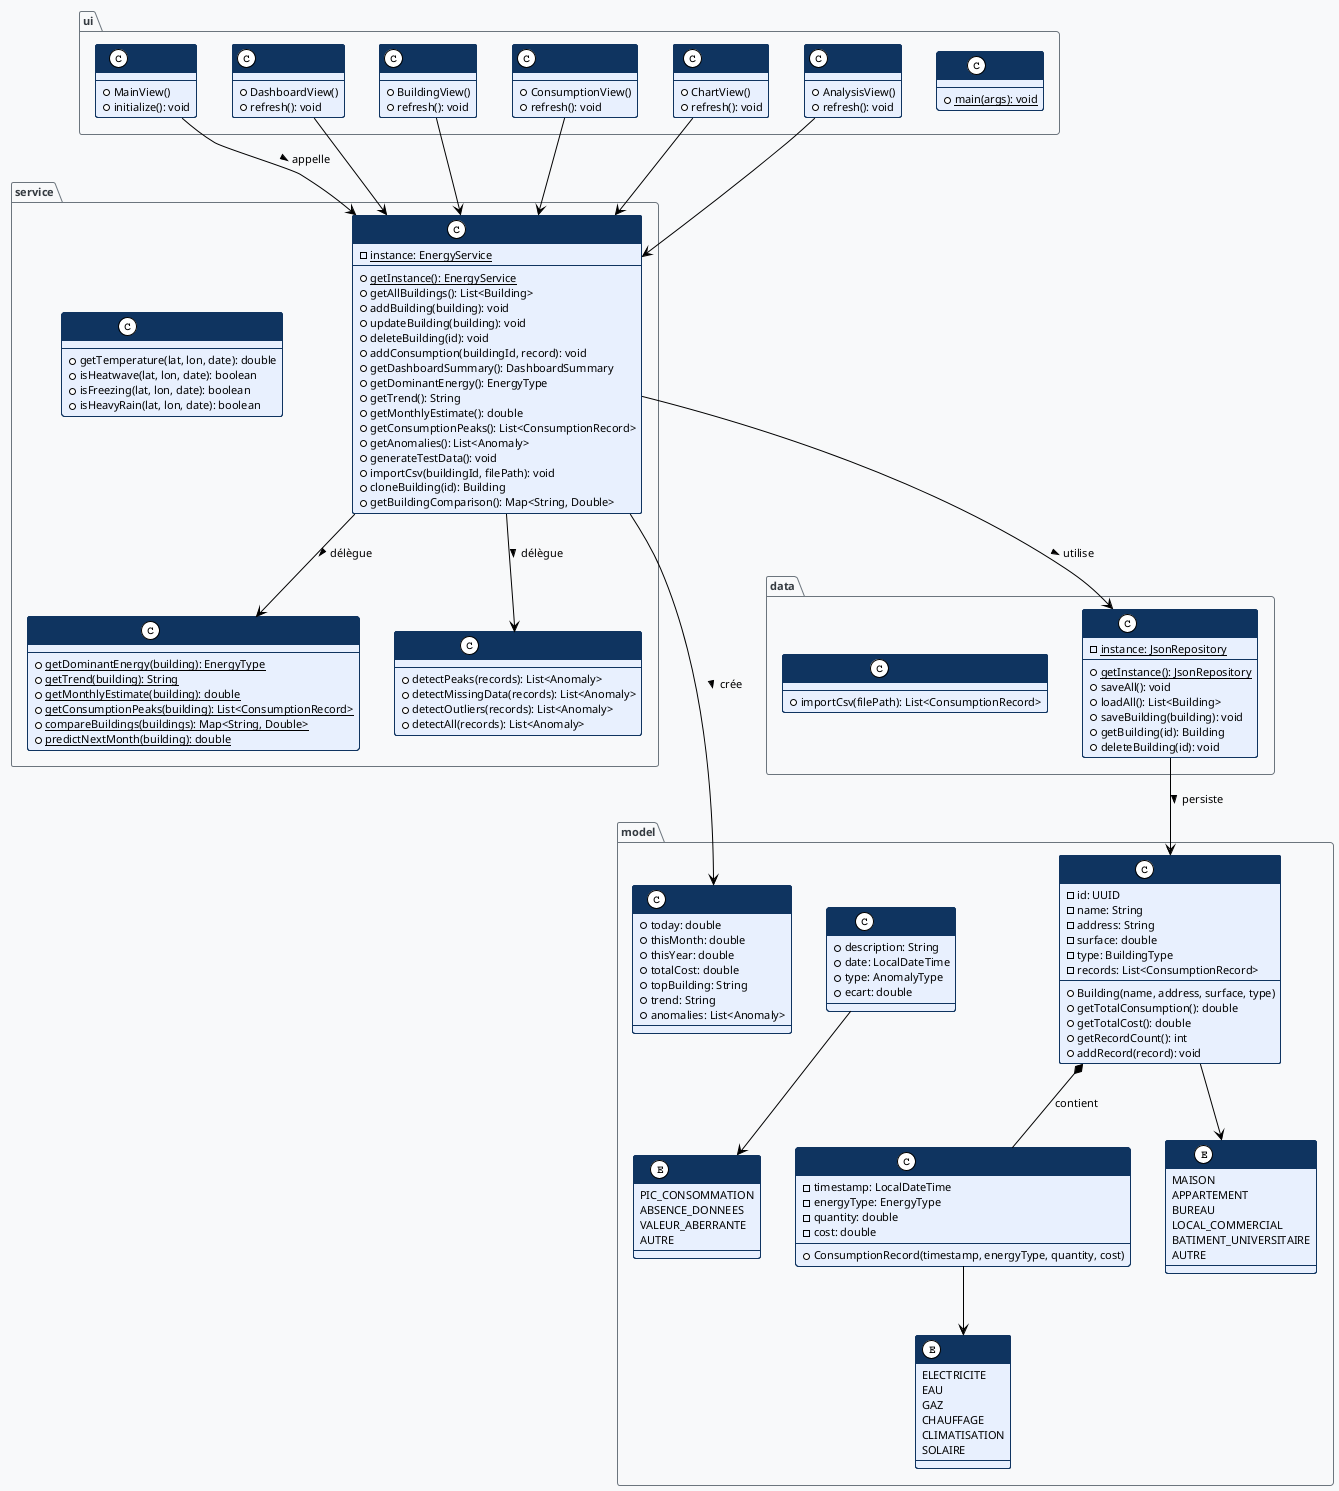
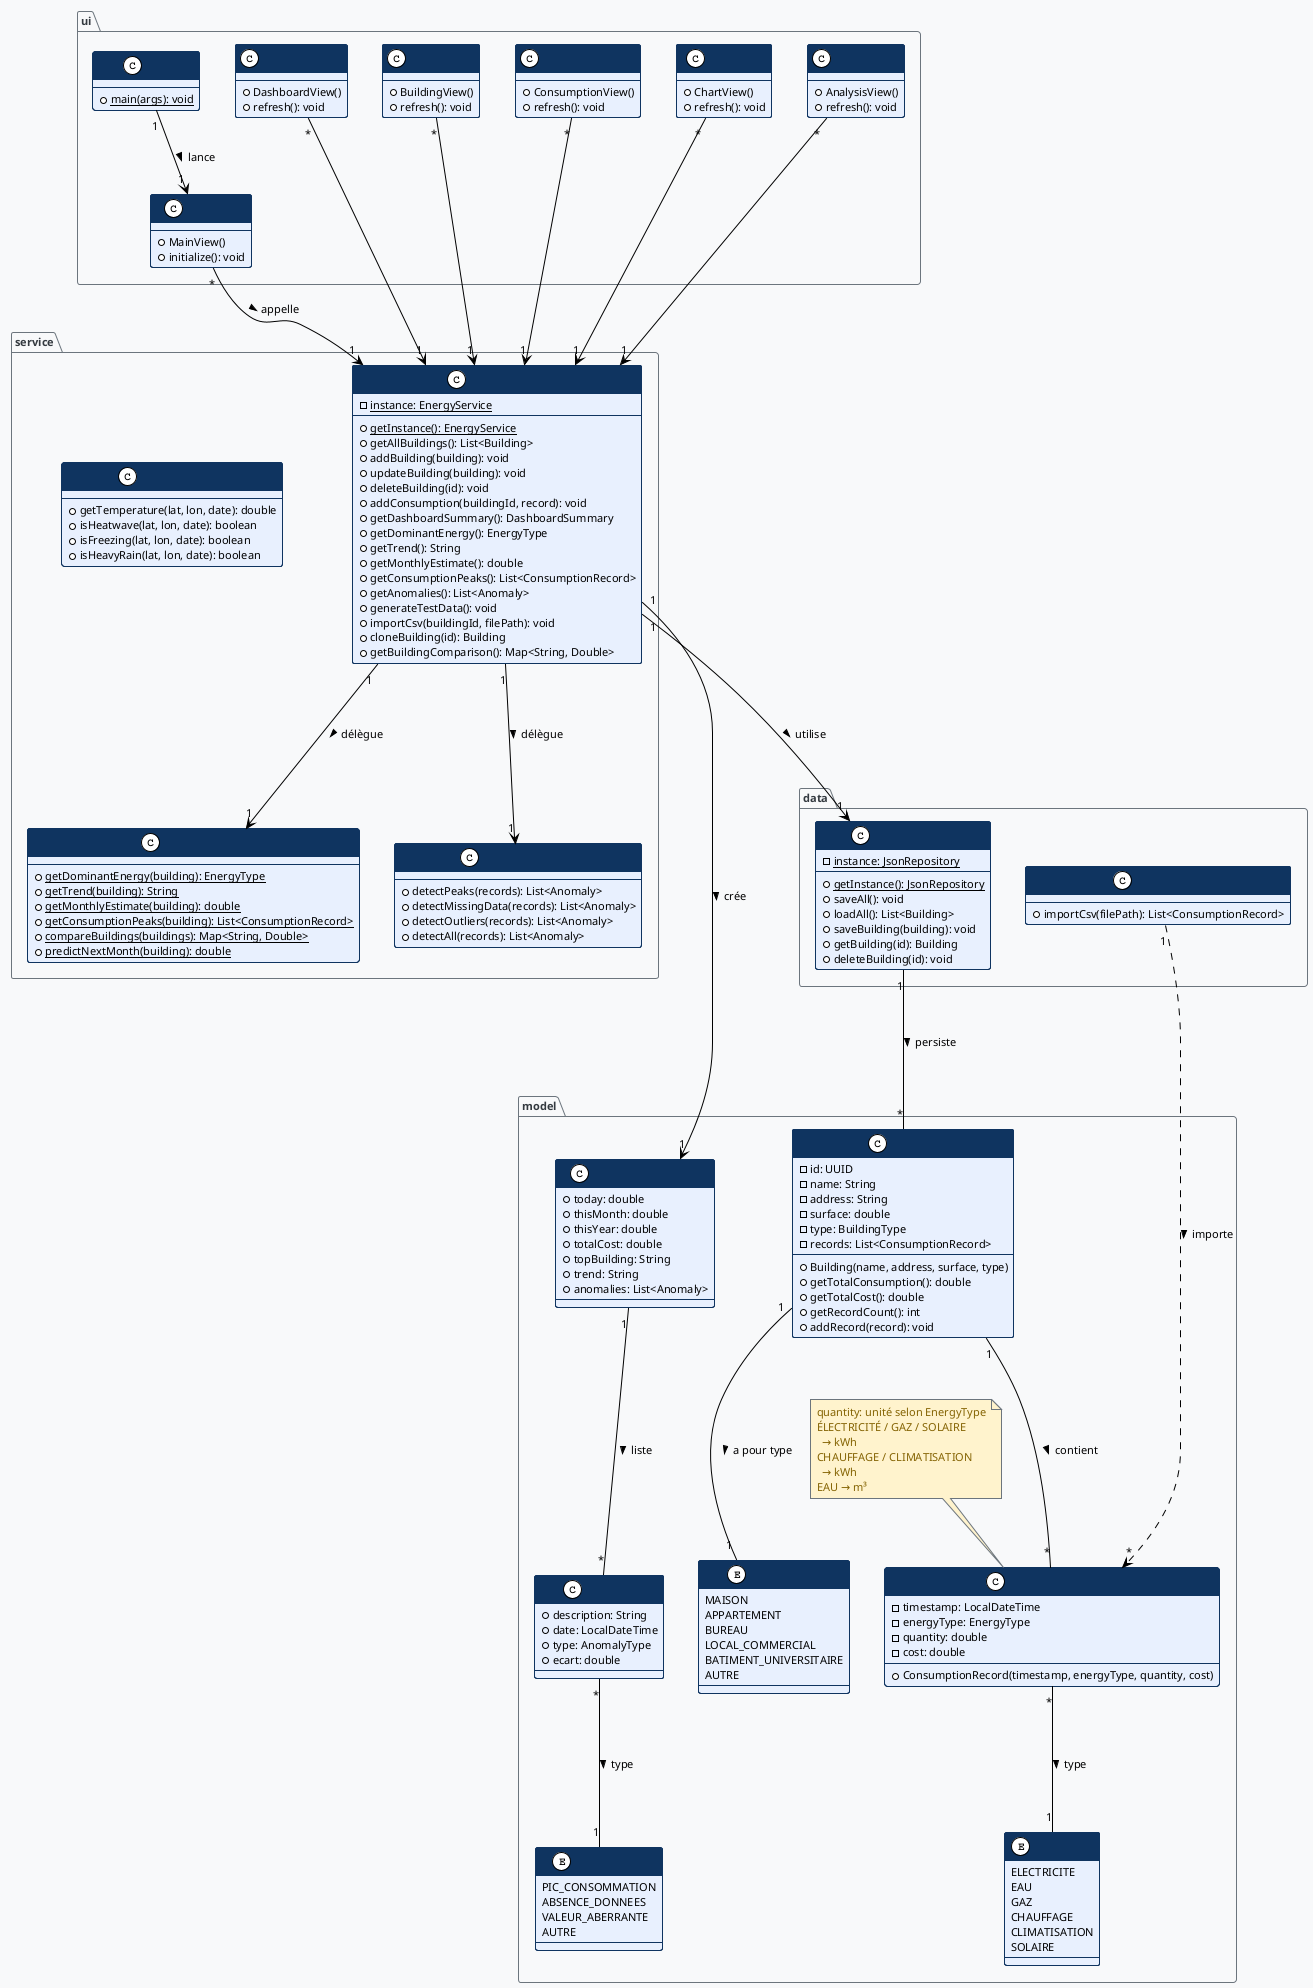
@startuml SmartEnergyManager_ClassDiagram
!theme plain
skinparam backgroundColor #f8f9fa
skinparam componentStyle rectangle
skinparam defaultFontName Helvetica
skinparam defaultFontSize 11
hide stereotype
skinparam class {
    BorderColor #0f3460
    BackgroundColor #e8f0fe
    FontColor #0f3460
    HeaderBackgroundColor #0f3460
    HeaderFontColor white
    FontSize 11
}
skinparam enum {
    BorderColor #0f3460
    BackgroundColor #d4edda
    FontColor #0f3460
}
+ skinparam note {
+     BorderColor #6c757d
+     BackgroundColor #fff3cd
+     FontColor #856404
+ }
skinparam package {
    BorderColor #6c757d
    BackgroundColor #f8f9fa
    FontColor #343a40
    FontStyle bold
}

package "model" {
    class Building {
        - id: UUID
        - name: String
        - address: String
        - surface: double
        - type: BuildingType
        - records: List<ConsumptionRecord>
        + Building(name, address, surface, type)
        + getTotalConsumption(): double
        + getTotalCost(): double
        + getRecordCount(): int
        + addRecord(record): void
    }

    class ConsumptionRecord {
        - timestamp: LocalDateTime
        - energyType: EnergyType
        - quantity: double
        - cost: double
        + ConsumptionRecord(timestamp, energyType, quantity, cost)
    }

+     note top of ConsumptionRecord
+       quantity: unité selon EnergyType
+       ÉLECTRICITÉ / GAZ / SOLAIRE
+         → kWh
+       CHAUFFAGE / CLIMATISATION
+         → kWh
+       EAU → m³
+     end note
+ 
    class Anomaly {
        + description: String
        + date: LocalDateTime
        + type: AnomalyType
        + ecart: double
    }

    enum BuildingType {
        MAISON
        APPARTEMENT
        BUREAU
        LOCAL_COMMERCIAL
        BATIMENT_UNIVERSITAIRE
        AUTRE
    }

    enum EnergyType {
        ELECTRICITE
        EAU
        GAZ
        CHAUFFAGE
        CLIMATISATION
        SOLAIRE
    }

    enum AnomalyType {
        PIC_CONSOMMATION
        ABSENCE_DONNEES
        VALEUR_ABERRANTE
        AUTRE
    }

    class DashboardSummary {
        + today: double
        + thisMonth: double
        + thisYear: double
        + totalCost: double
        + topBuilding: String
        + trend: String
        + anomalies: List<Anomaly>
    }
}

package "data" {
-     class JsonRepository {
+     class JsonRepository <<singleton>> {
        - {static} instance: JsonRepository
        + {static} getInstance(): JsonRepository
        + saveAll(): void
        + loadAll(): List<Building>
        + saveBuilding(building): void
        + getBuilding(id): Building
        + deleteBuilding(id): void
    }

    class CsvImporter {
        + importCsv(filePath): List<ConsumptionRecord>
    }
}

package "service" {
-     class EnergyService {
+     class EnergyService <<singleton>> {
        - {static} instance: EnergyService
        + {static} getInstance(): EnergyService
        + getAllBuildings(): List<Building>
        + addBuilding(building): void
        + updateBuilding(building): void
        + deleteBuilding(id): void
        + addConsumption(buildingId, record): void
        + getDashboardSummary(): DashboardSummary
        + getDominantEnergy(): EnergyType
        + getTrend(): String
        + getMonthlyEstimate(): double
        + getConsumptionPeaks(): List<ConsumptionRecord>
        + getAnomalies(): List<Anomaly>
        + generateTestData(): void
        + importCsv(buildingId, filePath): void
        + cloneBuilding(id): Building
        + getBuildingComparison(): Map<String, Double>
    }

    class AnalysisService {
        + {static} getDominantEnergy(building): EnergyType
        + {static} getTrend(building): String
        + {static} getMonthlyEstimate(building): double
        + {static} getConsumptionPeaks(building): List<ConsumptionRecord>
        + {static} compareBuildings(buildings): Map<String, Double>
        + {static} predictNextMonth(building): double
    }

    class AnomalyDetector {
        + detectPeaks(records): List<Anomaly>
        + detectMissingData(records): List<Anomaly>
        + detectOutliers(records): List<Anomaly>
        + detectAll(records): List<Anomaly>
    }

    class WeatherService {
        + getTemperature(lat, lon, date): double
        + isHeatwave(lat, lon, date): boolean
        + isFreezing(lat, lon, date): boolean
        + isHeavyRain(lat, lon, date): boolean
    }
}

package "ui" {
    class App {
        + {static} main(args): void
    }

    class MainView {
        + MainView()
        + initialize(): void
    }

    class DashboardView {
        + DashboardView()
        + refresh(): void
    }

    class BuildingView {
        + BuildingView()
        + refresh(): void
    }

    class ConsumptionView {
        + ConsumptionView()
        + refresh(): void
    }

    class ChartView {
        + ChartView()
        + refresh(): void
    }

    class AnalysisView {
        + AnalysisView()
        + refresh(): void
    }
}

- ' Relations
- Building *-- ConsumptionRecord : contient
- Building --> BuildingType
- ConsumptionRecord --> EnergyType
- Anomaly --> AnomalyType
- 
- JsonRepository --> Building : persiste >
- EnergyService --> JsonRepository : utilise >
- EnergyService --> AnalysisService : délègue >
- EnergyService --> AnomalyDetector : délègue >
- EnergyService --> DashboardSummary : crée >
+ ' ============================================================
+ ' Relations AVEC cardinalités
+ ' ============================================================
+ 
+ ' Model
+ Building "1" --- "*" ConsumptionRecord : contient >
+ Building "1" --- "1" BuildingType : a pour type >
+ ConsumptionRecord "*" --- "1" EnergyType : type >
+ Anomaly "*" --- "1" AnomalyType : type >
+ DashboardSummary "1" --- "*" Anomaly : liste >
+ 
+ ' Data
+ JsonRepository "1" --- "*" Building : persiste >
+ CsvImporter "1" ..> "*" ConsumptionRecord : importe >
+ 
+ ' Service
+ EnergyService "1" ---> "1" JsonRepository : utilise >
+ EnergyService "1" ---> "1" AnalysisService : délègue >
+ EnergyService "1" ---> "1" AnomalyDetector : délègue >
+ EnergyService "1" ---> "1" DashboardSummary : crée >

' Dépendances UI
- MainView --> EnergyService : appelle >
- DashboardView --> EnergyService
- BuildingView --> EnergyService
- ConsumptionView --> EnergyService
- ChartView --> EnergyService
- AnalysisView --> EnergyService
+ MainView "*" --> "1" EnergyService : appelle >
+ DashboardView "*" --> "1" EnergyService
+ BuildingView "*" --> "1" EnergyService
+ ConsumptionView "*" --> "1" EnergyService
+ ChartView "*" --> "1" EnergyService
+ AnalysisView "*" --> "1" EnergyService
+ 
+ App "1" --> "1" MainView : lance >

@enduml
